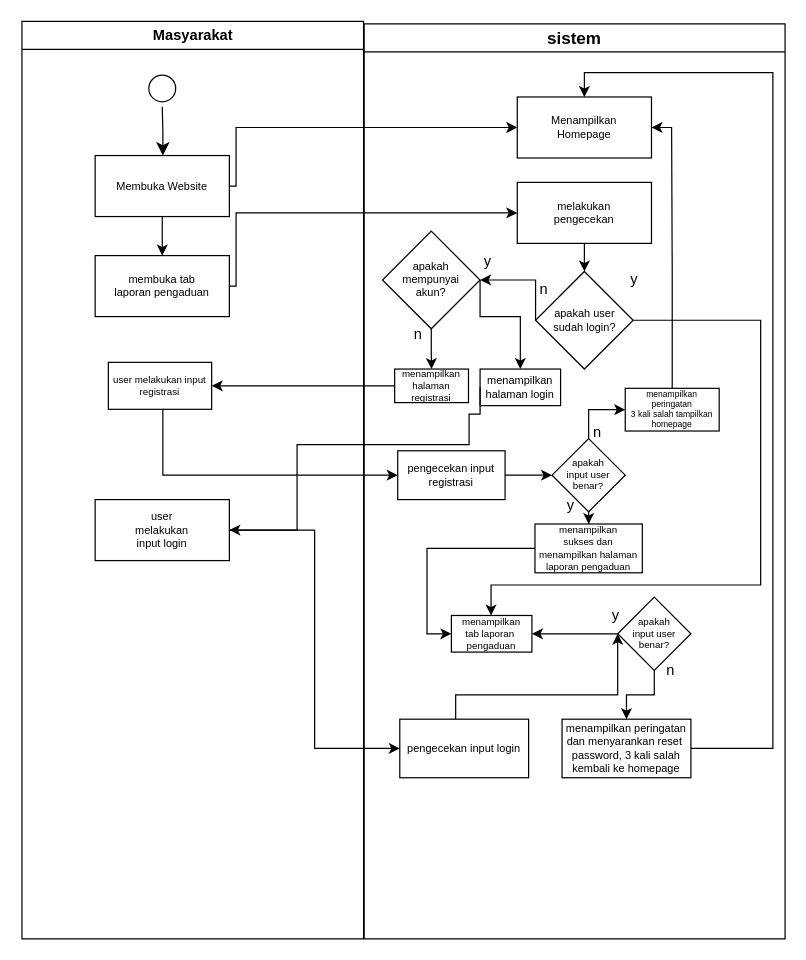
The draw.io diagram activityDiagram.drawio in Mahklvk/laporanMasyarakatPreparation, before the edit. Source tidied: cells renumbered, new cells numbered last; positions are measured from the earlier drawing's top-left corner, leaving out a move shared by most shapes. Both pictures are drawn from the tidied source at 122%, with x=0, y=0 at pixel (21, 21).
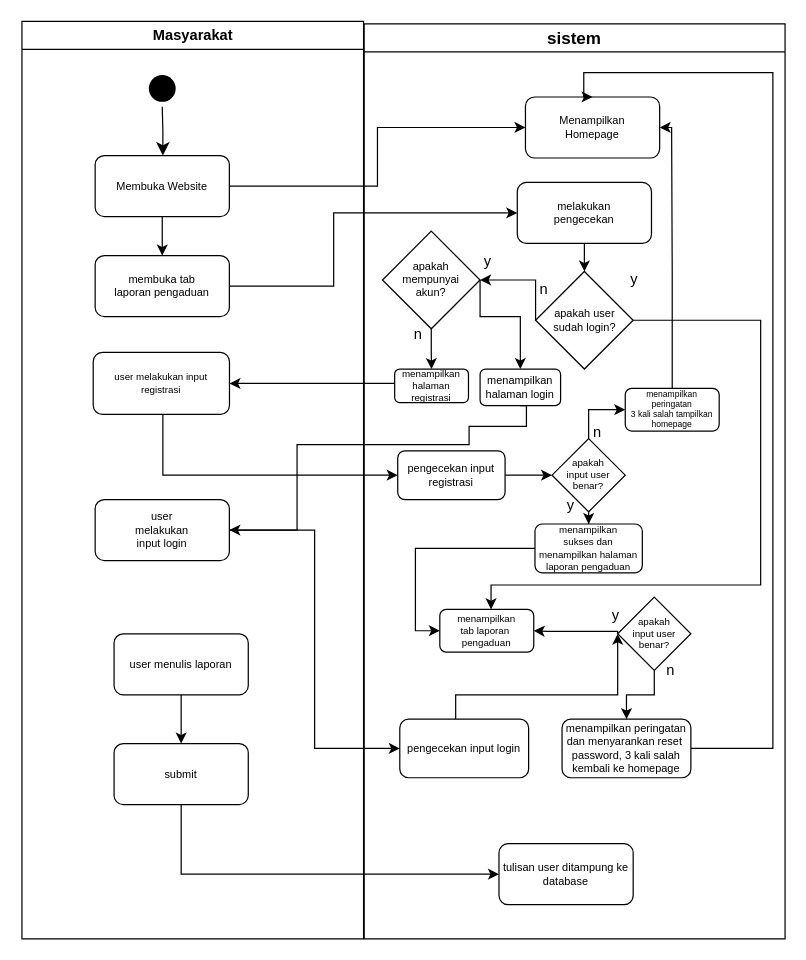
Above is the later version.

Unchanged cells that the change refers to:
```xml
<mxCell id="2" value="Masyarakat" style="swimlane;whiteSpace=wrap;" parent="1" vertex="1">
  <mxGeometry x="0.5" width="280" height="752" as="geometry" />
</mxCell>
<mxCell id="11" value="sistem" style="swimlane;whiteSpace=wrap;spacing=3;fontSize=14;" parent="1" vertex="1">
  <mxGeometry x="281" y="2" width="345" height="750" as="geometry" />
</mxCell>
<mxCell id="33" value="apakah&lt;div&gt;input user benar?&lt;/div&gt;" style="rhombus;whiteSpace=wrap;html=1;fontSize=8;" parent="11" vertex="1">
  <mxGeometry x="207.8" y="470" width="60" height="60" as="geometry" />
</mxCell>
```

What changed in the source:
```diff
@@
-    <mxCell id="3" style="ellipse;shape=startState;fillColor=#FFFFFF;strokeColor=#000000;" parent="2" vertex="1">
+    <mxCell id="3" style="ellipse;shape=startState;fillColor=#000000;strokeColor=none;" parent="2" vertex="1">
       <mxGeometry x="100" y="40" width="30" height="30" as="geometry" />
     </mxCell>
@@
-    <mxCell id="6" value="Membuka Website" style="fontSize=9;" parent="2" vertex="1">
+    <mxCell id="6" value="Membuka Website" style="fontSize=9;rounded=1;" parent="2" vertex="1">
       <mxGeometry x="60" y="110" width="110" height="50" as="geometry" />
     </mxCell>
@@
-    <mxCell id="8" value="membuka tab&#10;laporan pengaduan" style="fontSize=9;" parent="2" vertex="1">
+    <mxCell id="8" value="membuka tab&#10;laporan pengaduan" style="fontSize=9;rounded=1;" parent="2" vertex="1">
       <mxGeometry x="60" y="192" width="110" height="50" as="geometry" />
     </mxCell>
-    <mxCell id="9" value="user&#10;melakukan&#10;input login" style="fontSize=9;" parent="2" vertex="1">
+    <mxCell id="9" value="user&#10;melakukan&#10;input login" style="fontSize=9;rounded=1;" parent="2" vertex="1">
       <mxGeometry x="60" y="392" width="110" height="50" as="geometry" />
     </mxCell>
-    <mxCell id="10" value="user melakukan input&#10;registrasi" style="fontSize=8;" parent="2" vertex="1">
-      <mxGeometry x="70.8" y="279.5" width="84.7" height="38.5" as="geometry" />
+    <mxCell id="10" value="user melakukan input&#10;registrasi" style="fontSize=8;rounded=1;" parent="2" vertex="1">
+      <mxGeometry x="58.4" y="271.4" width="111.7" height="50.8" as="geometry" />
     </mxCell>
+    <mxCell id="56" style="edgeStyle=orthogonalEdgeStyle;rounded=0;jettySize=auto;html=1;exitX=0.5;exitY=1;exitDx=0;exitDy=0;entryX=0.5;entryY=0;entryDx=0;entryDy=0;" parent="2" edge="1" source="57" target="58">
+      <mxGeometry relative="1" as="geometry" />
+    </mxCell>
+    <mxCell id="57" value="user menulis laporan" style="fontSize=9;rounded=1;" parent="2" vertex="1">
+      <mxGeometry x="75.5" y="502" width="110" height="50" as="geometry" />
+    </mxCell>
+    <mxCell id="58" value="submit" style="fontSize=9;rounded=1;" parent="2" vertex="1">
+      <mxGeometry x="75.5" y="592" width="110" height="50" as="geometry" />
+    </mxCell>
@@
-    <mxCell id="14" value="Menampilkan&#10;Homepage" style="fontSize=9;" parent="11" vertex="1">
-      <mxGeometry x="125.5" y="60" width="110" height="50" as="geometry" />
+    <mxCell id="14" value="Menampilkan&#10;Homepage" style="fontSize=9;rounded=1;" parent="11" vertex="1">
+      <mxGeometry x="132.2" y="60" width="110" height="50" as="geometry" />
     </mxCell>
@@
-    <mxCell id="16" value="melakukan&#10;pengecekan" style="fontSize=9;" parent="11" vertex="1">
+    <mxCell id="16" value="melakukan&#10;pengecekan" style="fontSize=9;rounded=1;" parent="11" vertex="1">
       <mxGeometry x="125.5" y="130" width="110" height="50" as="geometry" />
     </mxCell>
@@
-    <mxCell id="25" value="menampilkan&#10;tab laporan &#10;pengaduan" style="fontSize=8;" parent="11" vertex="1">
-      <mxGeometry x="71.5" y="485" width="66" height="30" as="geometry" />
+    <mxCell id="25" value="menampilkan&#10;tab laporan &#10;pengaduan" style="fontSize=8;rounded=1;" parent="11" vertex="1">
+      <mxGeometry x="62" y="480" width="77" height="35" as="geometry" />
     </mxCell>
@@
-    <mxCell id="27" value="menampilkan&#10;halaman login" style="fontSize=9;" parent="11" vertex="1">
+    <mxCell id="27" value="menampilkan&#10;halaman login" style="fontSize=9;rounded=1;" parent="11" vertex="1">
       <mxGeometry x="95" y="283" width="66" height="30" as="geometry" />
     </mxCell>
@@
-    <mxCell id="30" value="pengecekan input login" style="fontSize=9;" parent="11" vertex="1">
+    <mxCell id="30" value="pengecekan input login" style="fontSize=9;rounded=1;" parent="11" vertex="1">
       <mxGeometry x="29.2" y="570" width="105.6" height="48" as="geometry" />
     </mxCell>
@@
-    <mxCell id="32" style="edgeStyle=orthogonalEdgeStyle;rounded=0;jettySize=auto;html=1;entryX=1;entryY=0.5;entryDx=0;entryDy=0;" parent="11" edge="1" source="33" target="25">
-      <mxGeometry relative="1" as="geometry" />
+    <mxCell id="32" style="edgeStyle=orthogonalEdgeStyle;rounded=0;jettySize=auto;html=1;entryX=1;entryY=0.5;entryDx=0;entryDy=0;exitX=0;exitY=0.5;exitDx=0;exitDy=0;" parent="11" edge="1" source="33" target="25">
+      <mxGeometry relative="1" as="geometry">
+        <Array as="points">
+          <mxPoint x="208" y="498" />
+          <mxPoint x="150" y="498" />
+        </Array>
+      </mxGeometry>
     </mxCell>
@@
-    <mxCell id="37" value="menampilkan peringatan&#10;dan menyarankan reset &#10;password, 3 kali salah&#10;kembali ke homepage" style="fontSize=9;" parent="11" vertex="1">
+    <mxCell id="37" value="menampilkan peringatan&#10;dan menyarankan reset &#10;password, 3 kali salah&#10;kembali ke homepage" style="fontSize=9;rounded=1;" parent="11" vertex="1">
       <mxGeometry x="162.2" y="570" width="105.6" height="48" as="geometry" />
     </mxCell>
-    <mxCell id="38" value="menampilkan&#10;halaman&#10;registrasi" style="fontSize=8;" parent="11" vertex="1">
+    <mxCell id="38" value="menampilkan&#10;halaman&#10;registrasi" style="fontSize=8;rounded=1;" parent="11" vertex="1">
       <mxGeometry x="25" y="283" width="60.5" height="27.5" as="geometry" />
     </mxCell>
@@
-    <mxCell id="40" value="pengecekan input&#10;registrasi" style="fontSize=9;" parent="11" vertex="1">
+    <mxCell id="40" value="pengecekan input&#10;registrasi" style="fontSize=9;rounded=1;" parent="11" vertex="1">
       <mxGeometry x="27.5" y="350" width="88" height="40" as="geometry" />
     </mxCell>
@@
-    <mxCell id="45" value="menampilkan&#10;sukses dan&#10;menampilkan halaman&#10;laporan pengaduan" style="fontSize=8;" parent="11" vertex="1">
+    <mxCell id="45" value="menampilkan&#10;sukses dan&#10;menampilkan halaman&#10;laporan pengaduan" style="fontSize=8;rounded=1;" parent="11" vertex="1">
       <mxGeometry x="140" y="410" width="88" height="40" as="geometry" />
     </mxCell>
@@
-    <mxCell id="48" value="menampilkan&#10;peringatan&#10;3 kali salah tampilkan&#10;homepage" style="fontSize=7;" parent="11" vertex="1">
+    <mxCell id="48" value="menampilkan&#10;peringatan&#10;3 kali salah tampilkan&#10;homepage" style="fontSize=7;rounded=1;" parent="11" vertex="1">
       <mxGeometry x="214" y="298.8" width="77" height="35" as="geometry" />
     </mxCell>
@@
+    <mxCell id="59" value="tulisan user ditampung ke&#10;database" style="fontSize=9;rounded=1;" parent="11" vertex="1">
+      <mxGeometry x="110.5" y="672" width="110" height="50" as="geometry" />
+    </mxCell>
     <mxCell id="50" style="edgeStyle=orthogonalEdgeStyle;rounded=0;jettySize=auto;html=1;entryX=1;entryY=0.5;entryDx=0;entryDy=0;" parent="1" edge="1" source="38" target="10">
-      <mxGeometry relative="1" as="geometry" />
+      <mxGeometry relative="1" as="geometry">
+        <Array as="points">
+          <mxPoint x="238" y="297" />
+        </Array>
+      </mxGeometry>
     </mxCell>
-    <mxCell id="51" style="edgeStyle=orthogonalEdgeStyle;rounded=0;jettySize=auto;html=1;entryX=0;entryY=0.5;entryDx=0;entryDy=0;" parent="1" edge="1" source="6" target="14">
-      <mxGeometry relative="1" as="geometry">
-        <Array as="points">
-          <mxPoint x="176" y="135" />
-          <mxPoint x="176" y="87" />
-        </Array>
-      </mxGeometry>
-    </mxCell>
-    <mxCell id="52" style="edgeStyle=orthogonalEdgeStyle;rounded=0;jettySize=auto;html=1;entryX=0;entryY=0.5;entryDx=0;entryDy=0;" parent="1" edge="1" source="8" target="16">
-      <mxGeometry relative="1" as="geometry">
-        <Array as="points">
-          <mxPoint x="176" y="217" />
-          <mxPoint x="176" y="157" />
-        </Array>
-      </mxGeometry>
-    </mxCell>
@@
-    <mxCell id="55" style="edgeStyle=orthogonalEdgeStyle;rounded=0;jettySize=auto;html=1;exitX=0;exitY=0.5;exitDx=0;exitDy=0;entryX=1;entryY=0.5;entryDx=0;entryDy=0;" parent="1" edge="1" source="27" target="9">
+    <mxCell id="55" style="edgeStyle=orthogonalEdgeStyle;rounded=0;jettySize=auto;html=1;entryX=1;entryY=0.5;entryDx=0;entryDy=0;exitX=0.5;exitY=1;exitDx=0;exitDy=0;" parent="1" edge="1" source="27" target="9">
       <mxGeometry relative="1" as="geometry">
         <Array as="points">
-          <mxPoint x="367" y="322" />
+          <mxPoint x="414" y="332" />
+          <mxPoint x="367" y="332" />
           <mxPoint x="367" y="347" />
           <mxPoint x="226" y="347" />
           <mxPoint x="226" y="417" />
         </Array>
       </mxGeometry>
     </mxCell>
+    <mxCell id="51" style="edgeStyle=orthogonalEdgeStyle;rounded=0;jettySize=auto;html=1;exitX=1;exitY=0.5;exitDx=0;exitDy=0;entryX=0;entryY=0.5;entryDx=0;entryDy=0;" parent="1" edge="1" source="6" target="14">
+      <mxGeometry relative="1" as="geometry" />
+    </mxCell>
+    <mxCell id="60" style="edgeStyle=orthogonalEdgeStyle;rounded=0;jettySize=auto;html=1;entryX=0;entryY=0.5;entryDx=0;entryDy=0;" parent="1" edge="1" source="58" target="59">
+      <mxGeometry relative="1" as="geometry">
+        <Array as="points">
+          <mxPoint x="131" y="699" />
+        </Array>
+      </mxGeometry>
+    </mxCell>
+    <mxCell id="52" style="edgeStyle=orthogonalEdgeStyle;rounded=0;jettySize=auto;html=1;entryX=0;entryY=0.5;entryDx=0;entryDy=0;" parent="1" edge="1" source="8" target="16">
+      <mxGeometry relative="1" as="geometry">
+        <Array as="points">
+          <mxPoint x="256" y="217" />
+          <mxPoint x="256" y="157" />
+        </Array>
+      </mxGeometry>
+    </mxCell>
```
